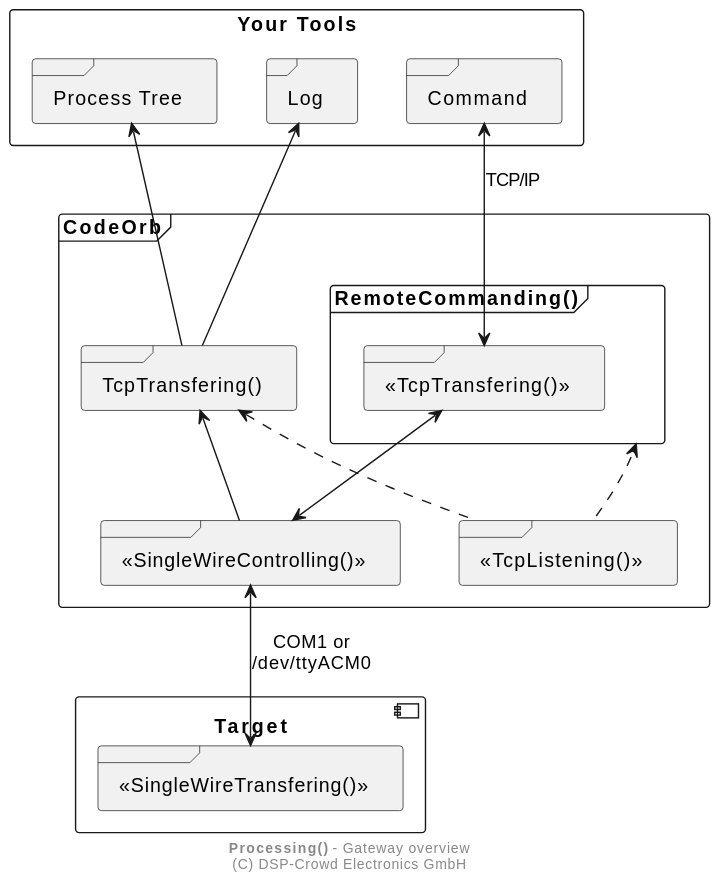
Before: doc/system/overview-gw.svg, a diagram exported from PlantUML (NoOrientationProgramming/code-orb).
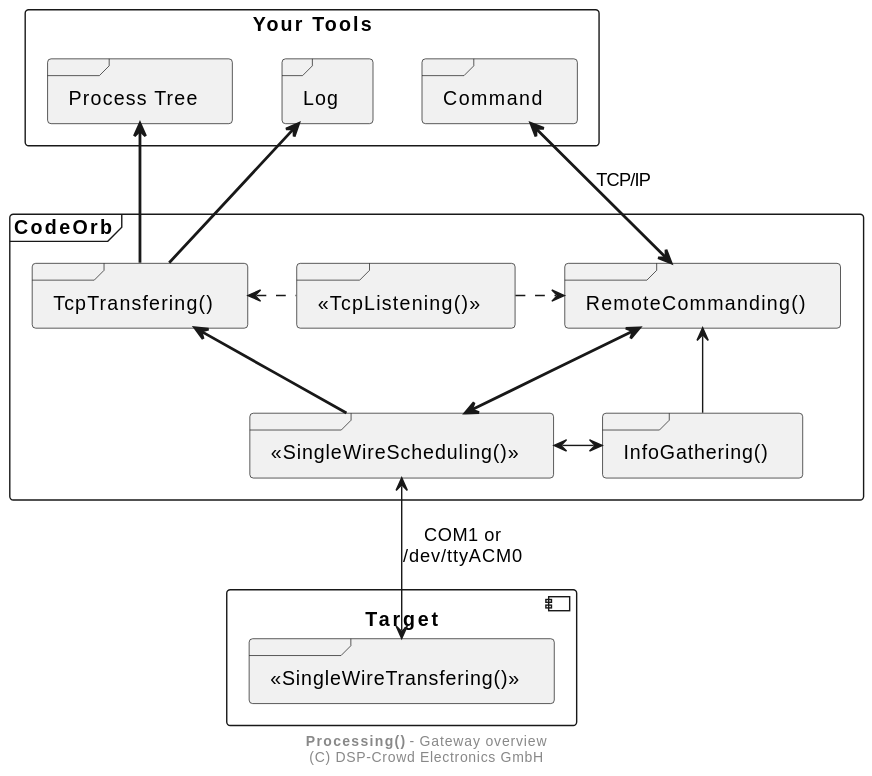
The same diagram one commit later.

Diff of the diagram source:
```diff
@@ -9,12 +9,11 @@
 
 frame "CodeOrb" as pGw {
 
-	frame "<<SingleWireControlling()>>" as pSwc
-	frame "<<TcpListening()>>" as pTcp
+	frame "<<SingleWireScheduling()>>" as pSwc
+	frame "<<TcpListening()>>" as pList
 	frame "TcpTransfering()" as pTrans
-	frame "RemoteCommanding()" as pCmdRemote {
-		frame "<<TcpTransfering()>>" as pTrans2
-	}
+	frame "RemoteCommanding()" as pCmdRemote
+	frame "InfoGathering()" as pGather
 }
 
 component "Target" as pTarget {
@@ -22,17 +21,20 @@
 	frame "<<SingleWireTransfering()>>" as pSwt
 }
 
-pTree <-- pTrans
-pLog <-- pTrans
-pCmd <--> pTrans2 : "TCP/IP"
+pTree <-[thickness=2]- pTrans
+pLog <-[thickness=2]- pTrans
+pCmd <-[thickness=2]-> pCmdRemote : "TCP/IP"
 
-pTrans <-- pSwc
-pTrans2 <--> pSwc
+pList .l.> pTrans
+pList .r.> pCmdRemote
 
-pTrans <.. pTcp
-pCmdRemote <.. pTcp
+pTrans <-[thickness=2]- pSwc
+pCmdRemote <-[thickness=2]-> pSwc
+
+pCmdRemote <-- pGather
 
 pSwc <--> pSwt : "COM1 or\n/dev/ttyACM0"
+pSwc <-> pGather
 
 footer **Processing()** - Gateway overview\n(C) DSP-Crowd Electronics GmbH
 @enduml
```
